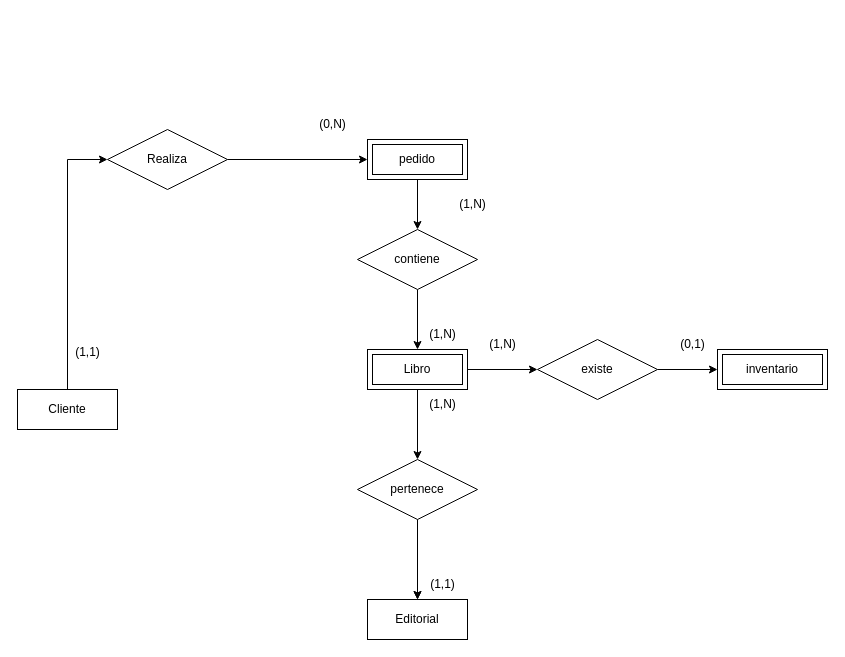
Before: modelo.drawio in MichMDLT/Modelaje-BaseDatos, a draw.io diagram. Source tidied: cells renumbered, new cells numbered last; positions are measured from the earlier drawing's top-left corner, leaving out a move shared by most shapes. Both pictures are drawn from the tidied source at 100%, with x=0, y=0 at pixel (17, 109).
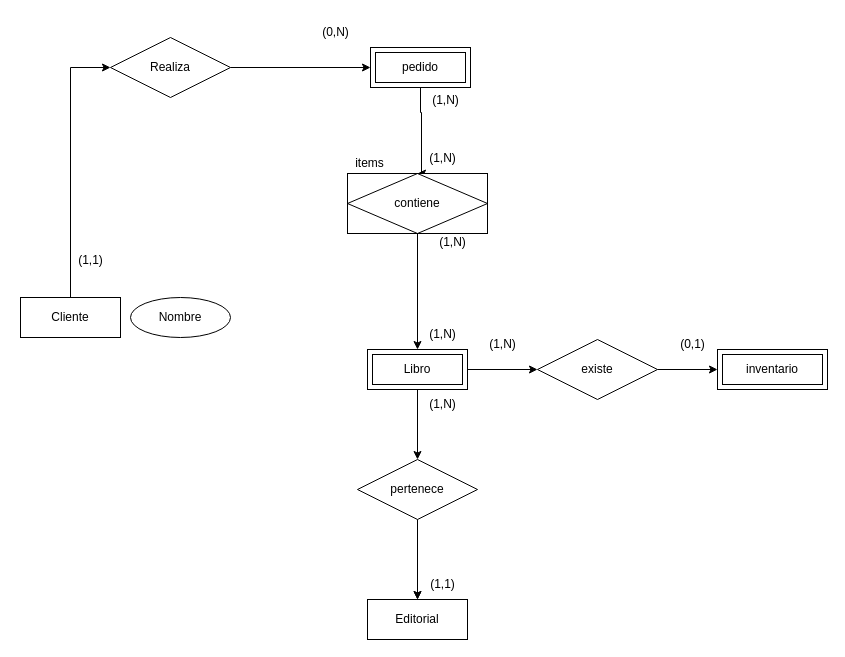
Above is the later version.

Diff of the diagram source:
```diff
@@
     <mxCell id="3" value="Cliente" style="whiteSpace=wrap;html=1;align=center;" parent="1" vertex="1">
-      <mxGeometry y="280" width="100" height="40" as="geometry" />
+      <mxGeometry x="3" y="188" width="100" height="40" as="geometry" />
     </mxCell>
     <mxCell id="4" style="edgeStyle=orthogonalEdgeStyle;rounded=0;jettySize=auto;html=1;exitX=0.5;exitY=1;exitDx=0;exitDy=0;entryX=0.5;entryY=0;entryDx=0;entryDy=0;" parent="1" edge="1" source="5" target="16">
-      <mxGeometry relative="1" as="geometry" />
+      <mxGeometry relative="1" as="geometry">
+        <Array as="points">
+          <mxPoint x="403" y="3" />
+          <mxPoint x="404" y="3" />
+        </Array>
+      </mxGeometry>
     </mxCell>
     <mxCell id="5" value="pedido" style="shape=ext;margin=3;double=1;whiteSpace=wrap;html=1;align=center;" parent="1" vertex="1">
-      <mxGeometry x="350" y="30" width="100" height="40" as="geometry" />
+      <mxGeometry x="353" y="-62" width="100" height="40" as="geometry" />
     </mxCell>
@@
     <mxCell id="12" value="Realiza" style="shape=rhombus;perimeter=rhombusPerimeter;whiteSpace=wrap;html=1;align=center;" parent="1" vertex="1">
-      <mxGeometry x="90" y="20" width="120" height="60" as="geometry" />
+      <mxGeometry x="93" y="-72" width="120" height="60" as="geometry" />
     </mxCell>
     <mxCell id="13" value="(1,1)" style="text;html=1;align=center;verticalAlign=middle;strokeColor=none;fillColor=none;" parent="1" vertex="1">
-      <mxGeometry x="45" y="228" width="50" height="30" as="geometry" />
+      <mxGeometry x="48" y="136" width="50" height="30" as="geometry" />
     </mxCell>
     <mxCell id="14" value="(0,N)" style="text;html=1;align=center;verticalAlign=middle;strokeColor=none;fillColor=none;" parent="1" vertex="1">
-      <mxGeometry x="290" width="50" height="30" as="geometry" />
+      <mxGeometry x="293" y="-92" width="50" height="30" as="geometry" />
     </mxCell>
@@
-    <mxCell id="16" value="contiene" style="shape=rhombus;perimeter=rhombusPerimeter;whiteSpace=wrap;html=1;align=center;" parent="1" vertex="1">
-      <mxGeometry x="340" y="120" width="120" height="60" as="geometry" />
-    </mxCell>
     <mxCell id="17" value="(1,N)" style="text;html=1;align=center;verticalAlign=middle;strokeColor=none;fillColor=none;" parent="1" vertex="1">
-      <mxGeometry x="430" y="80" width="50" height="30" as="geometry" />
+      <mxGeometry x="403" y="-24" width="50" height="30" as="geometry" />
     </mxCell>
@@
+    <mxCell id="16" value="contiene" style="shape=associativeEntity;whiteSpace=wrap;html=1;align=center;" parent="1" vertex="1">
+      <mxGeometry x="330" y="64" width="140" height="60" as="geometry" />
+    </mxCell>
+    <mxCell id="28" value="items" style="text;html=1;align=center;verticalAlign=middle;strokeColor=none;fillColor=none;" parent="1" vertex="1">
+      <mxGeometry x="327" y="39" width="50" height="30" as="geometry" />
+    </mxCell>
+    <mxCell id="29" value="(1,N)" style="text;html=1;align=center;verticalAlign=middle;strokeColor=none;fillColor=none;" parent="1" vertex="1">
+      <mxGeometry x="410" y="118" width="50" height="30" as="geometry" />
+    </mxCell>
+    <mxCell id="30" value="(1,N)" style="text;html=1;align=center;verticalAlign=middle;strokeColor=none;fillColor=none;" parent="1" vertex="1">
+      <mxGeometry x="400" y="34" width="50" height="30" as="geometry" />
+    </mxCell>
+    <mxCell id="31" value="Nombre" style="ellipse;whiteSpace=wrap;html=1;align=center;" parent="1" vertex="1">
+      <mxGeometry x="113" y="188" width="100" height="40" as="geometry" />
+    </mxCell>
```
